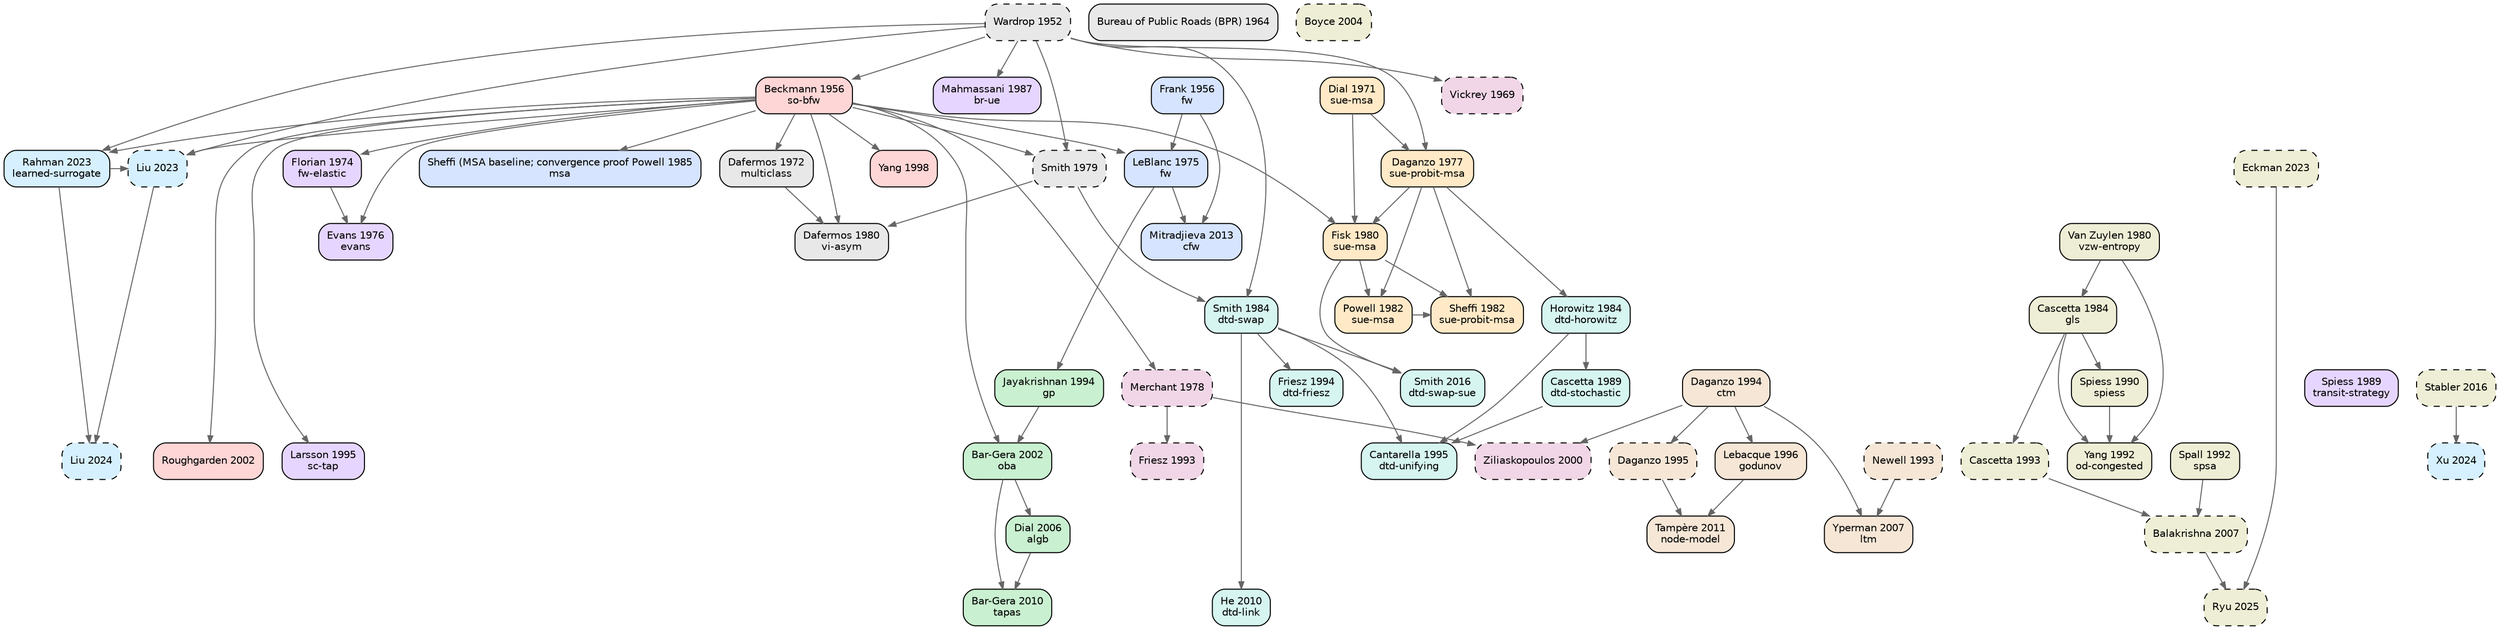
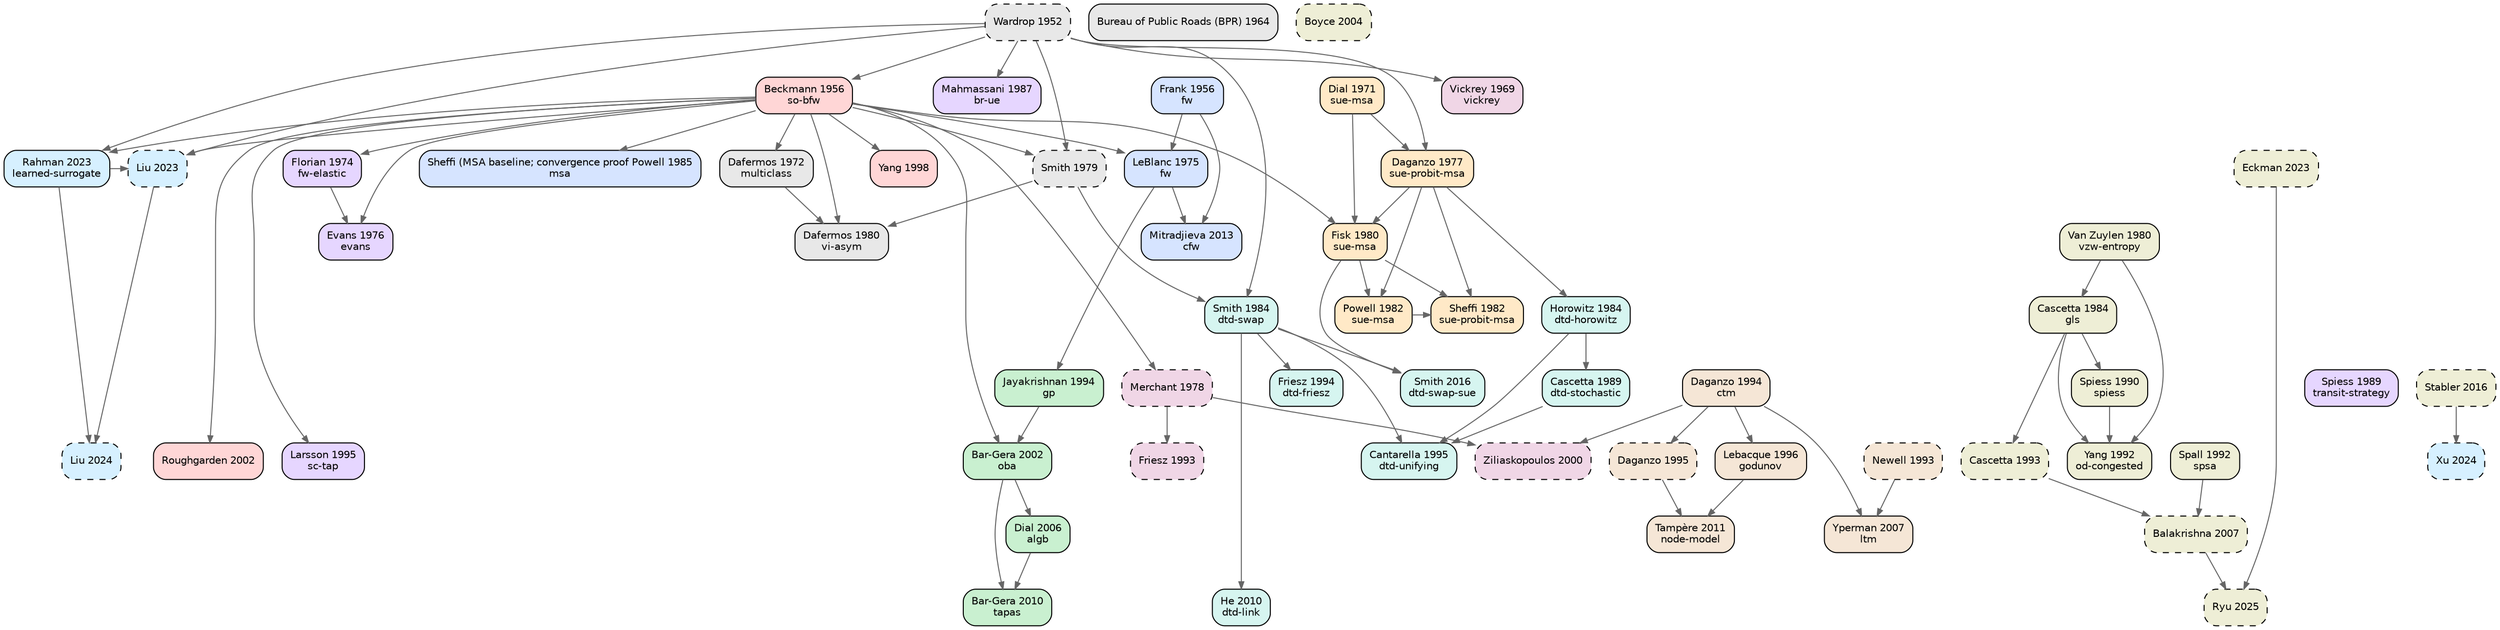
digraph TA_evolution {
  rankdir=TB; node [shape=box,style="rounded,filled",fontname="Helvetica",fontsize=10];
  edge [color="#666666",arrowsize=0.7];
  { rank=same; "wardrop1952some" }
  { rank=same; "frank1956algorithm" "beckmann1956studies" }
  { rank=same; "bpr1964traffic" }
  { rank=same; "vickrey1969congestion" }
  { rank=same; "dial1971probabilistic" }
  { rank=same; "dafermos1972traffic" }
  { rank=same; "florian1974method" }
  { rank=same; "leblanc1975efficient" }
  { rank=same; "evans1976derivation" }
  { rank=same; "daganzo1977stochastic" }
  { rank=same; "merchant1978model" }
  { rank=same; "smith1979existence" }
  { rank=same; "dafermos1980traffic" "fisk1980some" "vanzuylen1980most" }
  { rank=same; "powell1982convergence" "sheffi1982algorithm" }
  { rank=same; "horowitz1984stability" "smith1984stability" "cascetta1984estimation" }
  { rank=same; "sheffi1985urban" }
  { rank=same; "mahmassani1987on" }
  { rank=same; "spiess1989optimal" "cascetta1989stochastic" }
  { rank=same; "spiess1990gradient" }
  { rank=same; "spall1992multivariate" "yang1992estimation" }
  { rank=same; "newell1993simplified" "friesz1993variational" "cascetta1993dynamic" }
  { rank=same; "jayakrishnan1994faster" "friesz1994daytoday" "daganzo1994cell" }
  { rank=same; "larsson1995augmented" "cantarella1995dynamic" "daganzo1995cell" }
  { rank=same; "lebacque1996godunov" }
  { rank=same; "yang1998principle" }
  { rank=same; "ziliaskopoulos2000linear" }
  { rank=same; "bargera2002origin" "roughgarden2002how" }
  { rank=same; "boyce2004convergence" }
  { rank=same; "dial2006path" }
  { rank=same; "yperman2007link" "balakrishna2007offline" }
  { rank=same; "bargera2010traffic" "he2010linkbased" }
  { rank=same; "tampere2011generic" }
  { rank=same; "mitradjieva2013stiff" }
  { rank=same; "smith2016routeswapping" "stabler2016transportation" }
  { rank=same; "liu2023end" "rahman2023data" "eckman2023simopt" }
  { rank=same; "liu2024end" "xu2024unified" }
  { rank=same; "ryu2025bo4mob" }
  "wardrop1952some" [label="Wardrop 1952\n",fillcolor="#e8e8e8",style="rounded,filled,dashed"];
  "bpr1964traffic" [label="Bureau of Public Roads (BPR) 1964\n",fillcolor="#e8e8e8",style="rounded,filled"];
  "dafermos1972traffic" [label="Dafermos 1972\nmulticlass",fillcolor="#e8e8e8",style="rounded,filled"];
  "smith1979existence" [label="Smith 1979\n",fillcolor="#e8e8e8",style="rounded,filled,dashed"];
  "dafermos1980traffic" [label="Dafermos 1980\nvi-asym",fillcolor="#e8e8e8",style="rounded,filled"];
  "frank1956algorithm" [label="Frank 1956\nfw",fillcolor="#d6e4ff",style="rounded,filled"];
  "leblanc1975efficient" [label="LeBlanc 1975\nfw",fillcolor="#d6e4ff",style="rounded,filled"];
  "sheffi1985urban" [label="Sheffi (MSA baseline; convergence proof Powell 1985\nmsa",fillcolor="#d6e4ff",style="rounded,filled"];
  "mitradjieva2013stiff" [label="Mitradjieva 2013\ncfw",fillcolor="#d6e4ff",style="rounded,filled"];
  "jayakrishnan1994faster" [label="Jayakrishnan 1994\ngp",fillcolor="#c9f0d0",style="rounded,filled"];
  "bargera2002origin" [label="Bar-Gera 2002\noba",fillcolor="#c9f0d0",style="rounded,filled"];
  "dial2006path" [label="Dial 2006\nalgb",fillcolor="#c9f0d0",style="rounded,filled"];
  "bargera2010traffic" [label="Bar-Gera 2010\ntapas",fillcolor="#c9f0d0",style="rounded,filled"];
  "dial1971probabilistic" [label="Dial 1971\nsue-msa",fillcolor="#ffe9c7",style="rounded,filled"];
  "daganzo1977stochastic" [label="Daganzo 1977\nsue-probit-msa",fillcolor="#ffe9c7",style="rounded,filled"];
  "fisk1980some" [label="Fisk 1980\nsue-msa",fillcolor="#ffe9c7",style="rounded,filled"];
  "powell1982convergence" [label="Powell 1982\nsue-msa",fillcolor="#ffe9c7",style="rounded,filled"];
  "sheffi1982algorithm" [label="Sheffi 1982\nsue-probit-msa",fillcolor="#ffe9c7",style="rounded,filled"];
  "beckmann1956studies" [label="Beckmann 1956\nso-bfw",fillcolor="#ffd6d6",style="rounded,filled"];
  "yang1998principle" [label="Yang 1998\n",fillcolor="#ffd6d6",style="rounded,filled"];
  "roughgarden2002how" [label="Roughgarden 2002\n",fillcolor="#ffd6d6",style="rounded,filled"];
  "florian1974method" [label="Florian 1974\nfw-elastic",fillcolor="#e6d6ff",style="rounded,filled"];
  "evans1976derivation" [label="Evans 1976\nevans",fillcolor="#e6d6ff",style="rounded,filled"];
  "mahmassani1987on" [label="Mahmassani 1987\nbr-ue",fillcolor="#e6d6ff",style="rounded,filled"];
  "spiess1989optimal" [label="Spiess 1989\ntransit-strategy",fillcolor="#e6d6ff",style="rounded,filled"];
  "larsson1995augmented" [label="Larsson 1995\nsc-tap",fillcolor="#e6d6ff",style="rounded,filled"];
  "horowitz1984stability" [label="Horowitz 1984\ndtd-horowitz",fillcolor="#d6f5f0",style="rounded,filled"];
  "smith1984stability" [label="Smith 1984\ndtd-swap",fillcolor="#d6f5f0",style="rounded,filled"];
  "cascetta1989stochastic" [label="Cascetta 1989\ndtd-stochastic",fillcolor="#d6f5f0",style="rounded,filled"];
  "friesz1994daytoday" [label="Friesz 1994\ndtd-friesz",fillcolor="#d6f5f0",style="rounded,filled"];
  "cantarella1995dynamic" [label="Cantarella 1995\ndtd-unifying",fillcolor="#d6f5f0",style="rounded,filled"];
  "he2010linkbased" [label="He 2010\ndtd-link",fillcolor="#d6f5f0",style="rounded,filled"];
  "smith2016routeswapping" [label="Smith 2016\ndtd-swap-sue",fillcolor="#d6f5f0",style="rounded,filled"];
  "newell1993simplified" [label="Newell 1993\n",fillcolor="#f5e6d6",style="rounded,filled,dashed"];
  "daganzo1994cell" [label="Daganzo 1994\nctm",fillcolor="#f5e6d6",style="rounded,filled"];
  "daganzo1995cell" [label="Daganzo 1995\n",fillcolor="#f5e6d6",style="rounded,filled,dashed"];
  "lebacque1996godunov" [label="Lebacque 1996\ngodunov",fillcolor="#f5e6d6",style="rounded,filled"];
  "yperman2007link" [label="Yperman 2007\nltm",fillcolor="#f5e6d6",style="rounded,filled"];
  "tampere2011generic" [label="Tampère 2011\nnode-model",fillcolor="#f5e6d6",style="rounded,filled"];
-   "vickrey1969congestion" [label="Vickrey 1969\n",fillcolor="#f0d6e6",style="rounded,filled,dashed"];
+   "vickrey1969congestion" [label="Vickrey 1969\nvickrey",fillcolor="#f0d6e6",style="rounded,filled"];
  "merchant1978model" [label="Merchant 1978\n",fillcolor="#f0d6e6",style="rounded,filled,dashed"];
  "friesz1993variational" [label="Friesz 1993\n",fillcolor="#f0d6e6",style="rounded,filled,dashed"];
  "ziliaskopoulos2000linear" [label="Ziliaskopoulos 2000\n",fillcolor="#f0d6e6",style="rounded,filled,dashed"];
  "liu2023end" [label="Liu 2023\n",fillcolor="#d6f0ff",style="rounded,filled,dashed"];
  "rahman2023data" [label="Rahman 2023\nlearned-surrogate",fillcolor="#d6f0ff",style="rounded,filled"];
  "liu2024end" [label="Liu 2024\n",fillcolor="#d6f0ff",style="rounded,filled,dashed"];
  "xu2024unified" [label="Xu 2024\n",fillcolor="#d6f0ff",style="rounded,filled,dashed"];
  "vanzuylen1980most" [label="Van Zuylen 1980\nvzw-entropy",fillcolor="#eeeed6",style="rounded,filled"];
  "cascetta1984estimation" [label="Cascetta 1984\ngls",fillcolor="#eeeed6",style="rounded,filled"];
  "spiess1990gradient" [label="Spiess 1990\nspiess",fillcolor="#eeeed6",style="rounded,filled"];
  "spall1992multivariate" [label="Spall 1992\nspsa",fillcolor="#eeeed6",style="rounded,filled"];
  "yang1992estimation" [label="Yang 1992\nod-congested",fillcolor="#eeeed6",style="rounded,filled"];
  "cascetta1993dynamic" [label="Cascetta 1993\n",fillcolor="#eeeed6",style="rounded,filled,dashed"];
  "boyce2004convergence" [label="Boyce 2004\n",fillcolor="#eeeed6",style="rounded,filled,dashed"];
  "balakrishna2007offline" [label="Balakrishna 2007\n",fillcolor="#eeeed6",style="rounded,filled,dashed"];
  "stabler2016transportation" [label="Stabler 2016\n",fillcolor="#eeeed6",style="rounded,filled,dashed"];
  "eckman2023simopt" [label="Eckman 2023\n",fillcolor="#eeeed6",style="rounded,filled,dashed"];
  "ryu2025bo4mob" [label="Ryu 2025\n",fillcolor="#eeeed6",style="rounded,filled,dashed"];
  "beckmann1956studies" -> "dafermos1972traffic";
  "wardrop1952some" -> "smith1979existence";
  "beckmann1956studies" -> "smith1979existence";
  "smith1979existence" -> "dafermos1980traffic";
  "beckmann1956studies" -> "dafermos1980traffic";
  "dafermos1972traffic" -> "dafermos1980traffic";
  "frank1956algorithm" -> "leblanc1975efficient";
  "beckmann1956studies" -> "leblanc1975efficient";
  "beckmann1956studies" -> "sheffi1985urban";
  "leblanc1975efficient" -> "mitradjieva2013stiff";
  "frank1956algorithm" -> "mitradjieva2013stiff";
  "leblanc1975efficient" -> "jayakrishnan1994faster";
  "jayakrishnan1994faster" -> "bargera2002origin";
  "beckmann1956studies" -> "bargera2002origin";
  "bargera2002origin" -> "dial2006path";
  "dial2006path" -> "bargera2010traffic";
  "bargera2002origin" -> "bargera2010traffic";
  "dial1971probabilistic" -> "daganzo1977stochastic";
  "wardrop1952some" -> "daganzo1977stochastic";
  "daganzo1977stochastic" -> "fisk1980some";
  "dial1971probabilistic" -> "fisk1980some";
  "beckmann1956studies" -> "fisk1980some";
  "fisk1980some" -> "powell1982convergence";
  "daganzo1977stochastic" -> "powell1982convergence";
  "daganzo1977stochastic" -> "sheffi1982algorithm";
  "powell1982convergence" -> "sheffi1982algorithm";
  "fisk1980some" -> "sheffi1982algorithm";
  "wardrop1952some" -> "beckmann1956studies";
  "beckmann1956studies" -> "yang1998principle";
  "beckmann1956studies" -> "roughgarden2002how";
  "beckmann1956studies" -> "florian1974method";
  "beckmann1956studies" -> "evans1976derivation";
  "florian1974method" -> "evans1976derivation";
  "wardrop1952some" -> "mahmassani1987on";
  "beckmann1956studies" -> "larsson1995augmented";
  "daganzo1977stochastic" -> "horowitz1984stability";
  "smith1979existence" -> "smith1984stability";
  "wardrop1952some" -> "smith1984stability";
  "horowitz1984stability" -> "cascetta1989stochastic";
  "smith1984stability" -> "friesz1994daytoday";
  "cascetta1989stochastic" -> "cantarella1995dynamic";
  "smith1984stability" -> "cantarella1995dynamic";
  "horowitz1984stability" -> "cantarella1995dynamic";
  "smith1984stability" -> "he2010linkbased";
  "smith1984stability" -> "smith2016routeswapping";
  "fisk1980some" -> "smith2016routeswapping";
  "daganzo1994cell" -> "daganzo1995cell";
  "daganzo1994cell" -> "lebacque1996godunov";
  "newell1993simplified" -> "yperman2007link";
  "daganzo1994cell" -> "yperman2007link";
  "daganzo1995cell" -> "tampere2011generic";
  "lebacque1996godunov" -> "tampere2011generic";
  "wardrop1952some" -> "vickrey1969congestion";
  "beckmann1956studies" -> "merchant1978model";
  "merchant1978model" -> "friesz1993variational";
  "merchant1978model" -> "ziliaskopoulos2000linear";
  "daganzo1994cell" -> "ziliaskopoulos2000linear";
  "rahman2023data" -> "liu2023end";
  "beckmann1956studies" -> "liu2023end";
  "wardrop1952some" -> "liu2023end";
  "wardrop1952some" -> "rahman2023data";
  "beckmann1956studies" -> "rahman2023data";
  "rahman2023data" -> "liu2024end";
  "liu2023end" -> "liu2024end";
  "stabler2016transportation" -> "xu2024unified";
  "vanzuylen1980most" -> "cascetta1984estimation";
  "cascetta1984estimation" -> "spiess1990gradient";
  "cascetta1984estimation" -> "yang1992estimation";
  "spiess1990gradient" -> "yang1992estimation";
  "vanzuylen1980most" -> "yang1992estimation";
  "cascetta1984estimation" -> "cascetta1993dynamic";
  "spall1992multivariate" -> "balakrishna2007offline";
  "cascetta1993dynamic" -> "balakrishna2007offline";
  "eckman2023simopt" -> "ryu2025bo4mob";
  "balakrishna2007offline" -> "ryu2025bo4mob";
}
